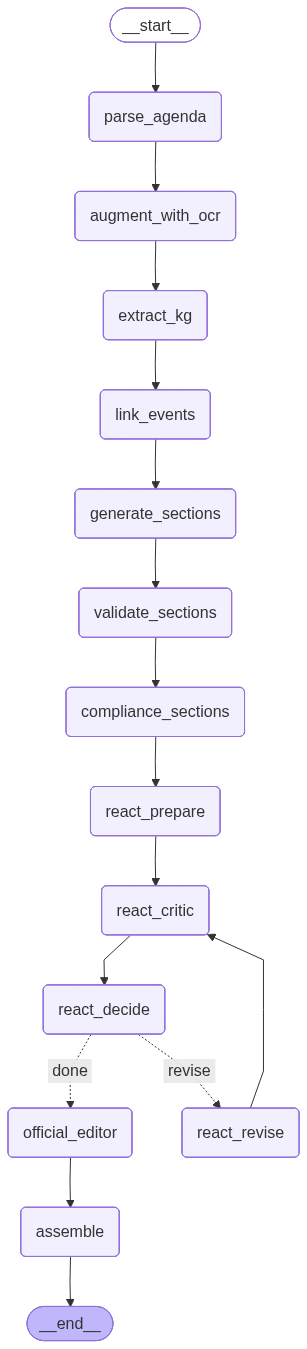
Before: docs/langgraph_flow/langgraph_flow_react.png, a diagram exported from Mermaid (bankkyss/meet_graph). Its source is kept beside it as docs/langgraph_flow/langgraph_flow_react.mmd.
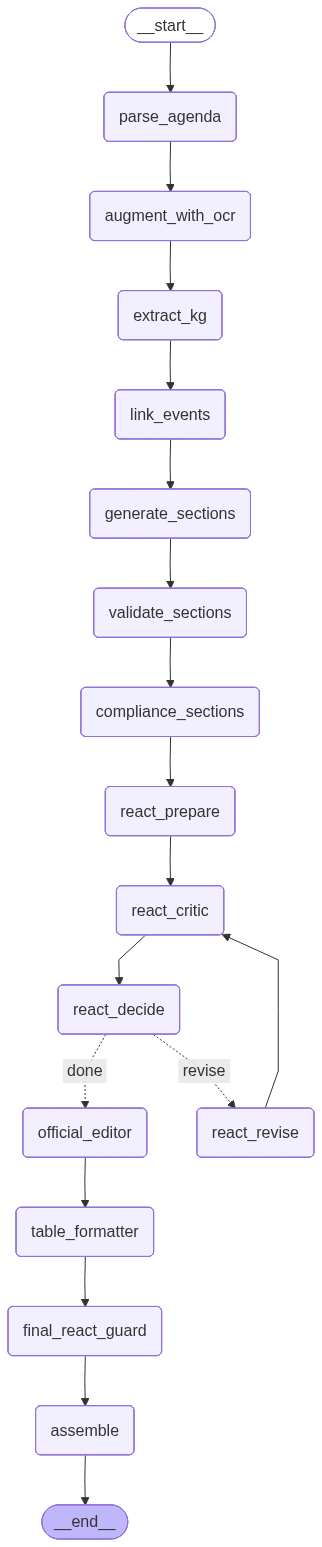
The same diagram one commit later.

What changed in the source:
```diff
@@ -17,21 +17,25 @@
 	react_decide(react_decide)
 	react_revise(react_revise)
 	official_editor(official_editor)
+	table_formatter(table_formatter)
+	final_react_guard(final_react_guard)
 	assemble(assemble)
 	__end__([<p>__end__</p>]):::last
 	__start__ --> parse_agenda;
 	augment_with_ocr --> extract_kg;
 	compliance_sections --> react_prepare;
 	extract_kg --> link_events;
+	final_react_guard --> assemble;
 	generate_sections --> validate_sections;
 	link_events --> generate_sections;
-	official_editor --> assemble;
+	official_editor --> table_formatter;
 	parse_agenda --> augment_with_ocr;
 	react_critic --> react_decide;
 	react_decide -. &nbsp;done&nbsp; .-> official_editor;
 	react_decide -. &nbsp;revise&nbsp; .-> react_revise;
 	react_prepare --> react_critic;
 	react_revise --> react_critic;
+	table_formatter --> final_react_guard;
 	validate_sections --> compliance_sections;
 	assemble --> __end__;
 	classDef default fill:#f2f0ff,line-height:1.2
```
